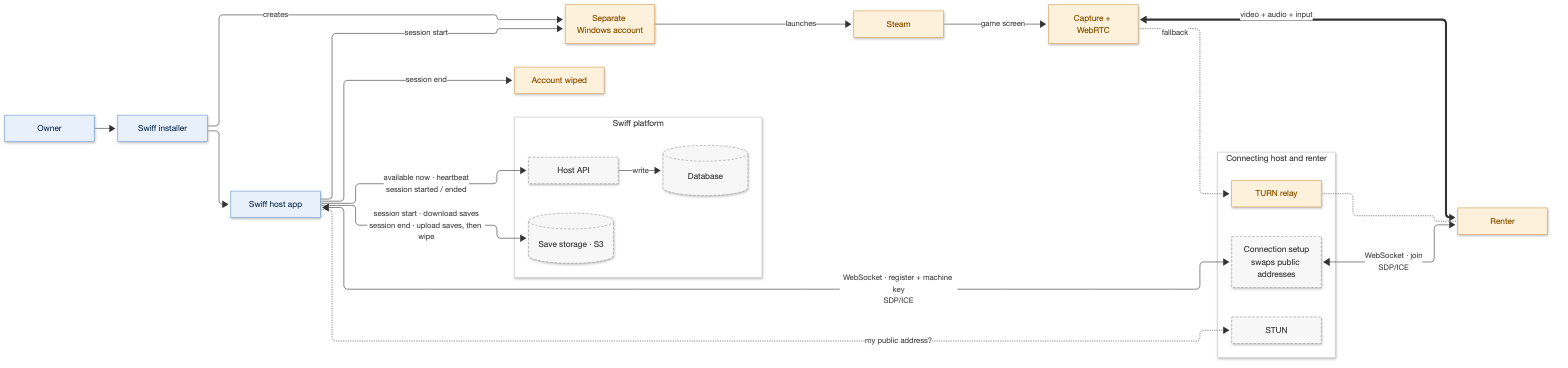
Above: docs/diagrams/host-isolation.png in tomnotthomas/distributed_gaming (Mermaid), before the change. Its source is kept beside it as docs/diagrams/host-isolation.mmd.
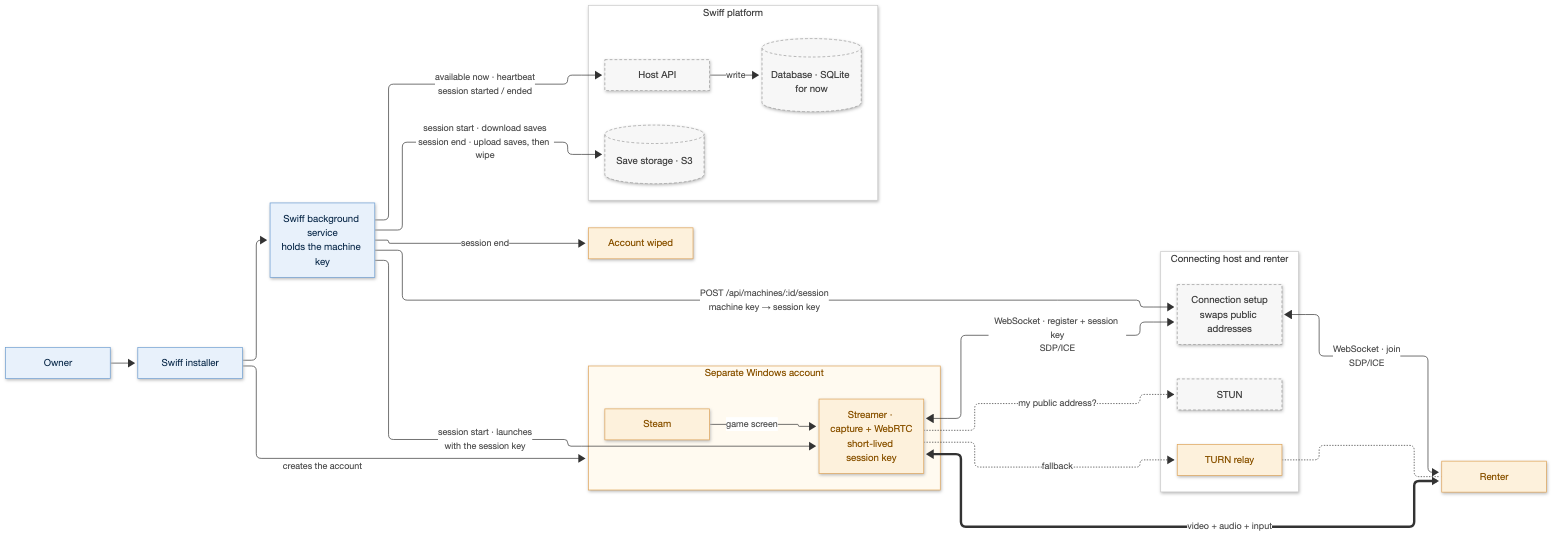
Above is the later version.

Diff of the diagram source:
```diff
@@ -19,14 +19,15 @@
 flowchart LR
   Owner["Owner"]
   Installer["Swiff installer"]
-  HostApp["Swiff host app"]
-  Account["Separate Windows account"]
-  Steam["Steam"]
-  Capture["Capture + WebRTC"]
+  Service["Swiff background service<br/>holds the machine key"]
+  subgraph Account["Separate Windows account"]
+    Streamer["Streamer · capture + WebRTC<br/>short-lived session key"]
+    Steam["Steam"]
+  end
   Wiped["Account wiped"]
   subgraph Platform["Swiff platform"]
     API["Host API"]
-    DB[("Database")]
+    DB[("Database · SQLite for now")]
     S3[("Save storage · S3")]
   end
   subgraph Connect["Connecting host and renter"]
@@ -40,29 +41,30 @@
   Renter["Renter"]
 
   Owner --> Installer
-  Installer -- "creates" --> Account
-  Installer --> HostApp
-  HostApp -- "session start" --> Account
-  HostApp -- "session end" --> Wiped
-  Account -- "launches" --> Steam
-  Steam -- "game screen" --> Capture
-  HostApp -- "available now · heartbeat<br/>session started / ended" --> API
+  Installer -- "creates the account" --> Account
+  Installer --> Service
+  Service -- "session start · launches<br/>with the session key" --> Streamer
+  Service -- "session end" --> Wiped
+  Steam -- "game screen" --> Streamer
+  Service -- "available now · heartbeat<br/>session started / ended" --> API
   API -- "write" --> DB
-  HostApp -- "session start · download saves<br/>session end · upload saves, then wipe" --> S3
-  HostApp <-- "WebSocket · register + machine key<br/>SDP/ICE" --> SIG
+  Service -- "session start · download saves<br/>session end · upload saves, then wipe" --> S3
+  Service -- "POST /api/machines/:id/session<br/>machine key → session key" --> SIG
+  Streamer <-- "WebSocket · register + session key<br/>SDP/ICE" --> SIG
   SIG <-- "WebSocket · join<br/>SDP/ICE" --> Renter
-  HostApp -. "my public address?" .-> STUN
-  Capture -. "fallback" .-> TURN
+  Streamer -. "my public address?" .-> STUN
+  Streamer -. "fallback" .-> TURN
   TURN -.- Renter
-  Capture <== "video + audio + input" ==> Renter
+  Streamer <== "video + audio + input" ==> Renter
 
   classDef owner fill:#e8f1fb,stroke:#6d9ed3,color:#0b2a4a
   classDef session fill:#fdf1dc,stroke:#e0a458,color:#8a5300
   classDef platform fill:#f7f7f7,stroke:#999,stroke-dasharray:4 3,color:#444
-  class Owner,Installer,HostApp owner
-  class Account,Steam,Capture,Wiped,Renter session
+  class Owner,Installer,Service owner
+  class Streamer,Steam,Wiped,Renter session
   class API,DB,S3,SIG,STUN platform
   classDef turn fill:#fdf1dc,stroke:#e0a458,color:#8a5300
   class TURN turn
+  style Account fill:#fffaf0,stroke:#e0a458,color:#8a5300
   style Platform fill:#ffffff,stroke:#ccc,color:#444
   style Connect fill:#ffffff,stroke:#ccc,color:#444
```
